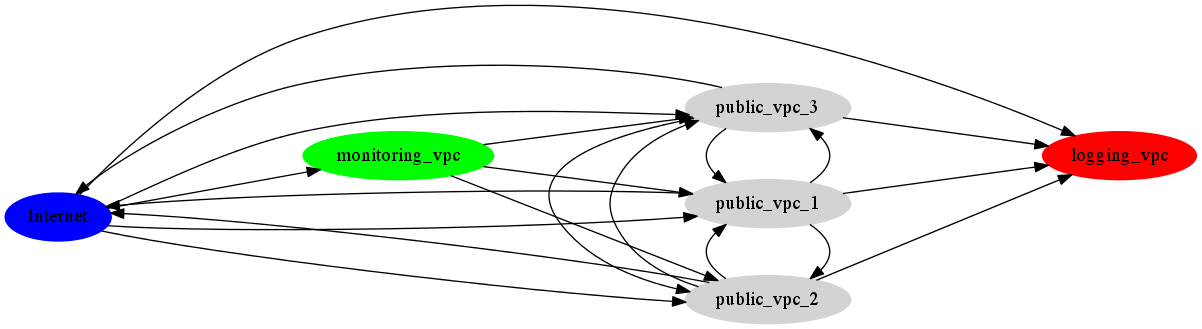
The Graphviz diagram docs/overall_layout.png in jpancoast/cloudsetup, before a commit. Its source is kept beside it as docs/overall_layout.dot.
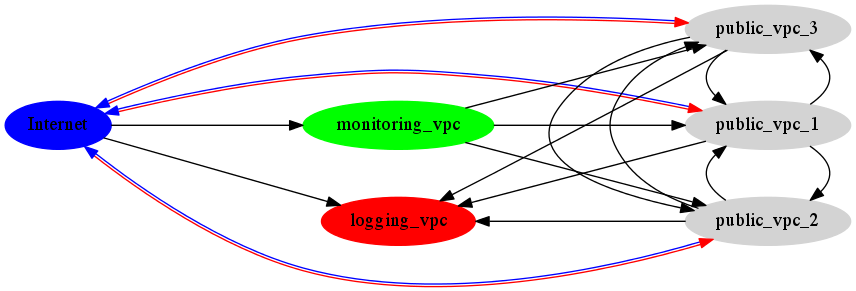
Later version of the same file.

What changed in the source:
```diff
@@ -13,28 +13,26 @@
     ranksep = 2.0
     nodesep = .5
 
-    Internet -> public_vpc_1;
-    Internet -> public_vpc_2;
-    Internet -> public_vpc_3;
+    Internet -> public_vpc_1 [dir=both color="red:blue"];
+    Internet -> public_vpc_2 [dir=both color="red:blue"];
+    Internet -> public_vpc_3 [dir=both color="red:blue"];
 
     {
         rank = same;
         Internet;
     }
 
-    {
-        rank = same;
-        monitoring_vpc;
-    }
 
-    {
-        rank = same;
-        logging_vpc;
-    }
 
     {
         rank = same;
         public_vpc_1; public_vpc_2; public_vpc_3;
+    }
+
+
+    {
+        rank = same;
+        monitoring_vpc; logging_vpc;
     }
 
 
@@ -49,9 +47,6 @@
     public_vpc_2 -> logging_vpc;
     public_vpc_3 -> logging_vpc;
 
-    public_vpc_1 -> Internet;
-    public_vpc_2 -> Internet;
-    public_vpc_3 -> Internet;
 
     public_vpc_1 -> public_vpc_2;
     public_vpc_1 -> public_vpc_3;
```
